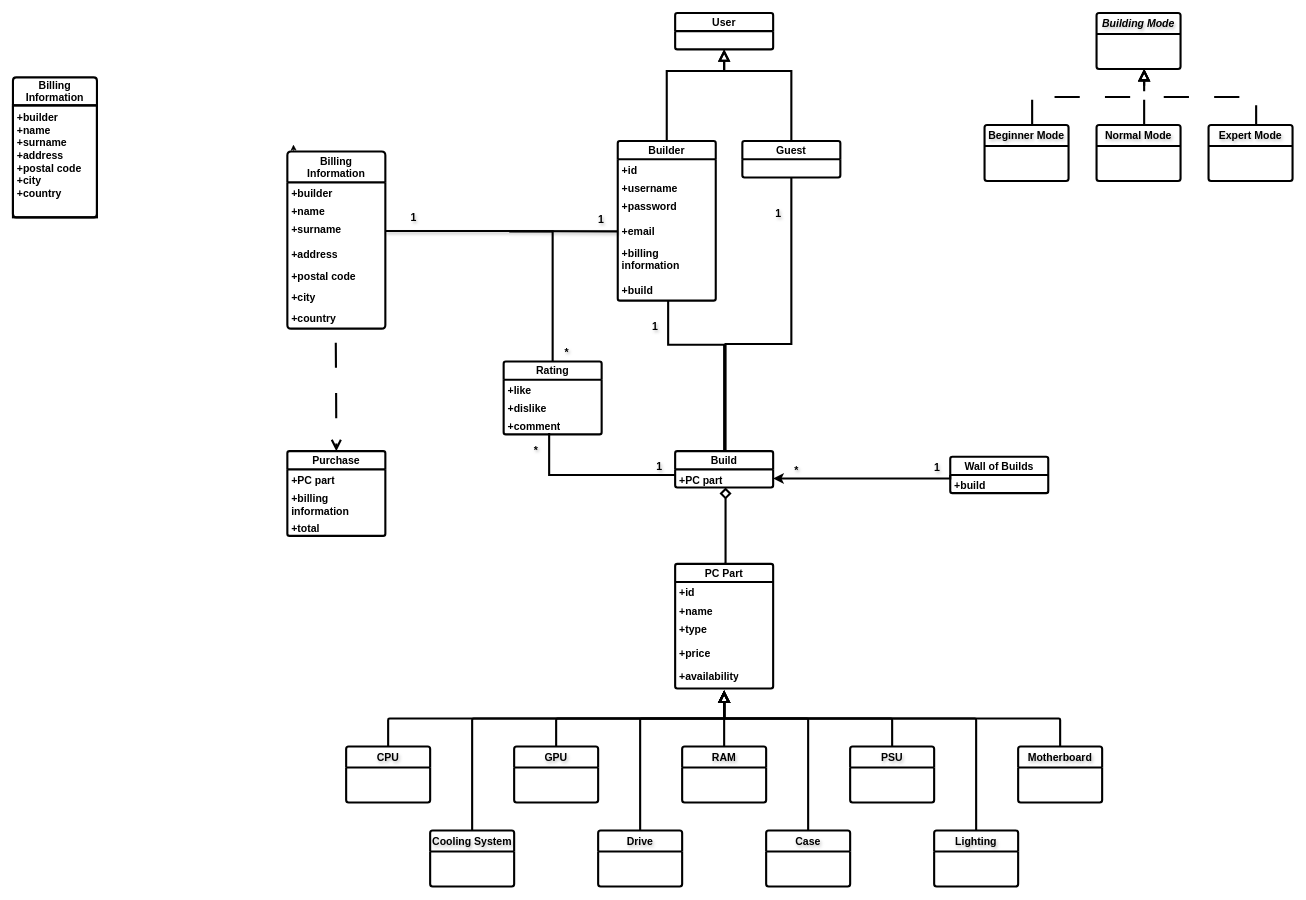
mpapasterg/click-n-build keeps this draw.io diagram as Report Files/2ο Παραδοτέο/Domain Model v0.2/domain_model v0.2.drawio. Above is the earlier version. Source tidied: cells renumbered, new cells numbered last; positions are measured from the earlier drawing's top-left corner, leaving out a move shared by most shapes. Both pictures are drawn from the tidied source at 70%, with x=0, y=0 at pixel (13, 13).
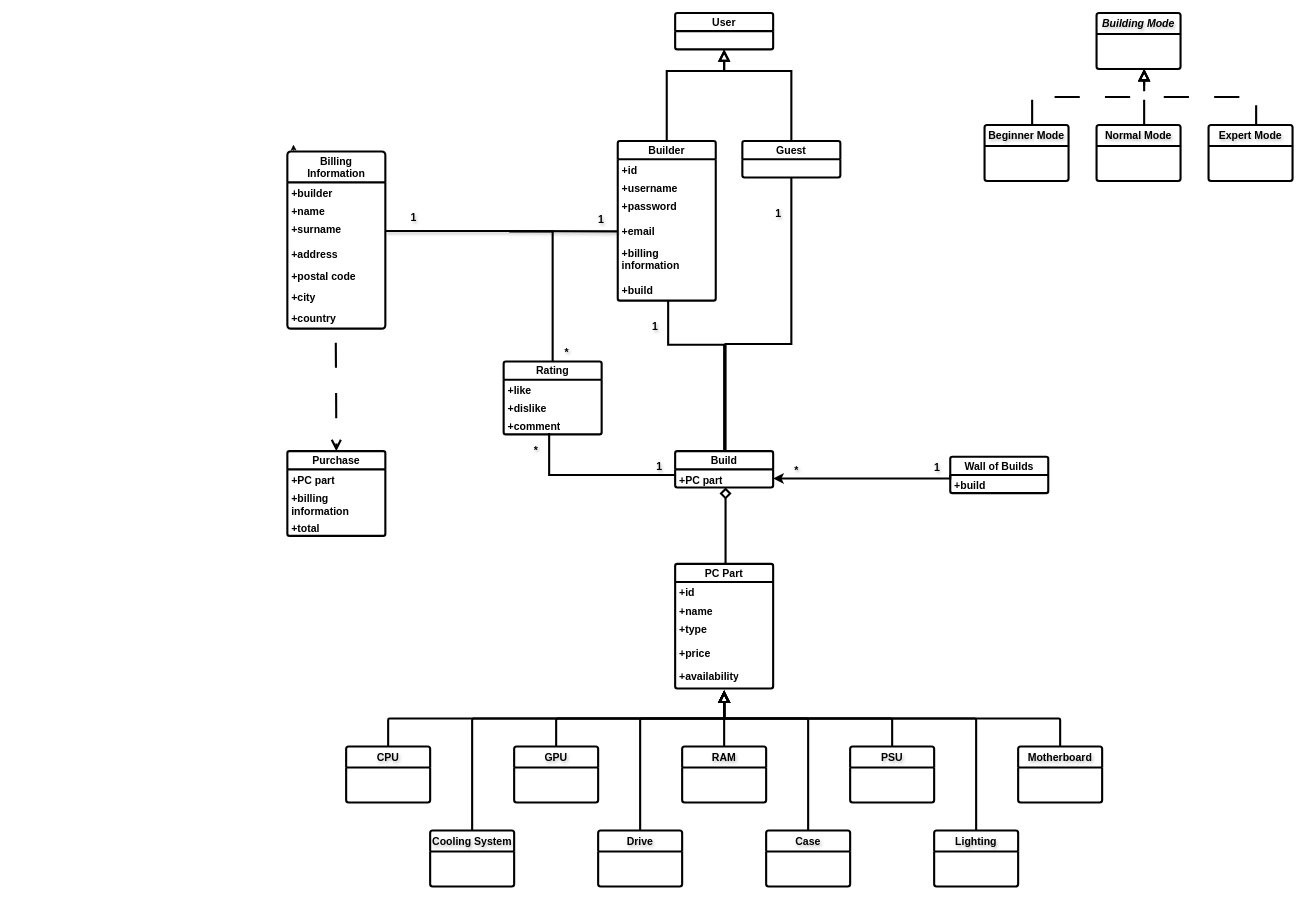
The same diagram, later.

Commit message (it also covers changes not shown here):
corrections in domain model

Change to the diagram source:
```diff
@@
-    <mxCell id="3" value="Billing&lt;div&gt;Information&lt;/div&gt;" style="swimlane;horizontal=1;startSize=40;rounded=1;fontSize=15;fontStyle=1;strokeWidth=3;shadow=0;dashed=0;align=center;arcSize=4;whiteSpace=wrap;html=1;strokeColor=#000000;verticalAlign=middle;fontFamily=Helvetica;fontColor=#000000;labelBorderColor=none;labelBackgroundColor=none;fillColor=none;" parent="1" vertex="1">
-      <mxGeometry y="92" width="120" height="200" as="geometry" />
-    </mxCell>
-    <mxCell id="4" value="+builder&lt;div&gt;+name&lt;/div&gt;&lt;div&gt;+surname&lt;/div&gt;&lt;div&gt;+address&lt;/div&gt;&lt;div&gt;+postal code&lt;/div&gt;&lt;div&gt;+city&lt;/div&gt;&lt;div&gt;+country&lt;/div&gt;&lt;div&gt;&lt;br&gt;&lt;/div&gt;" style="align=left;strokeColor=#000000;fillColor=none;spacingLeft=4;fontSize=15;verticalAlign=middle;html=1;strokeWidth=3;fontFamily=Helvetica;fontColor=#000000;fontStyle=1;labelBorderColor=none;labelBackgroundColor=none;" parent="3" vertex="1">
-      <mxGeometry y="40" width="120" height="160" as="geometry" />
-    </mxCell>
-    <mxCell id="5" style="edgeStyle=orthogonalEdgeStyle;rounded=0;orthogonalLoop=1;jettySize=auto;html=1;exitX=0.5;exitY=1;exitDx=0;exitDy=0;" parent="3" edge="1" source="4" target="4">
-      <mxGeometry relative="1" as="geometry" />
-    </mxCell>
```
